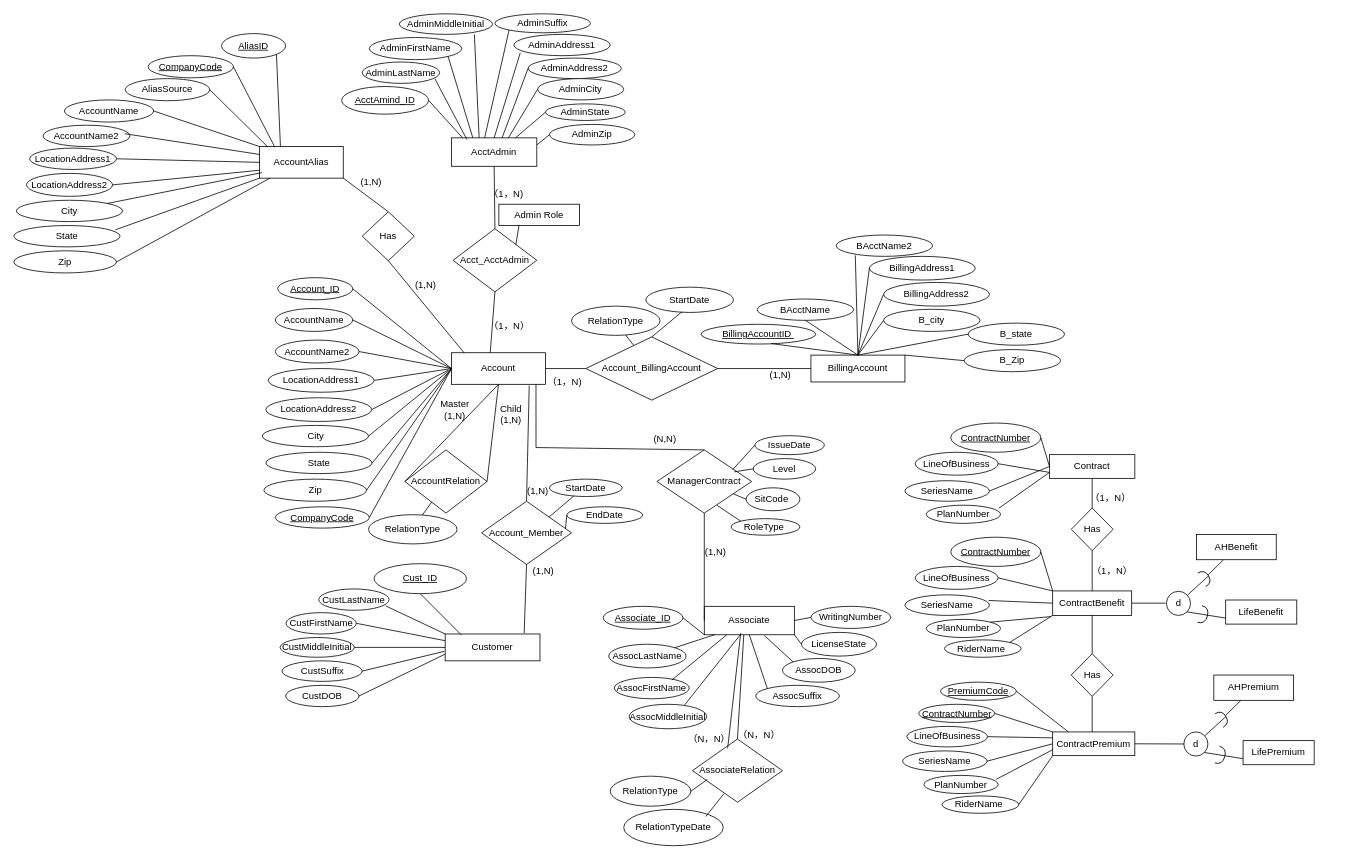
HanquanL/c_practices keeps this draw.io diagram as page "Page-1" (1 of 2) of dsm-project-p1.drawio. Above is the earlier version. Source tidied: cells renumbered, new cells numbered last; positions are measured from the earlier drawing's top-left corner, leaving out a move shared by most shapes. Both pictures are drawn from the tidied source at 79%, with x=0, y=0 at pixel (13, 13).
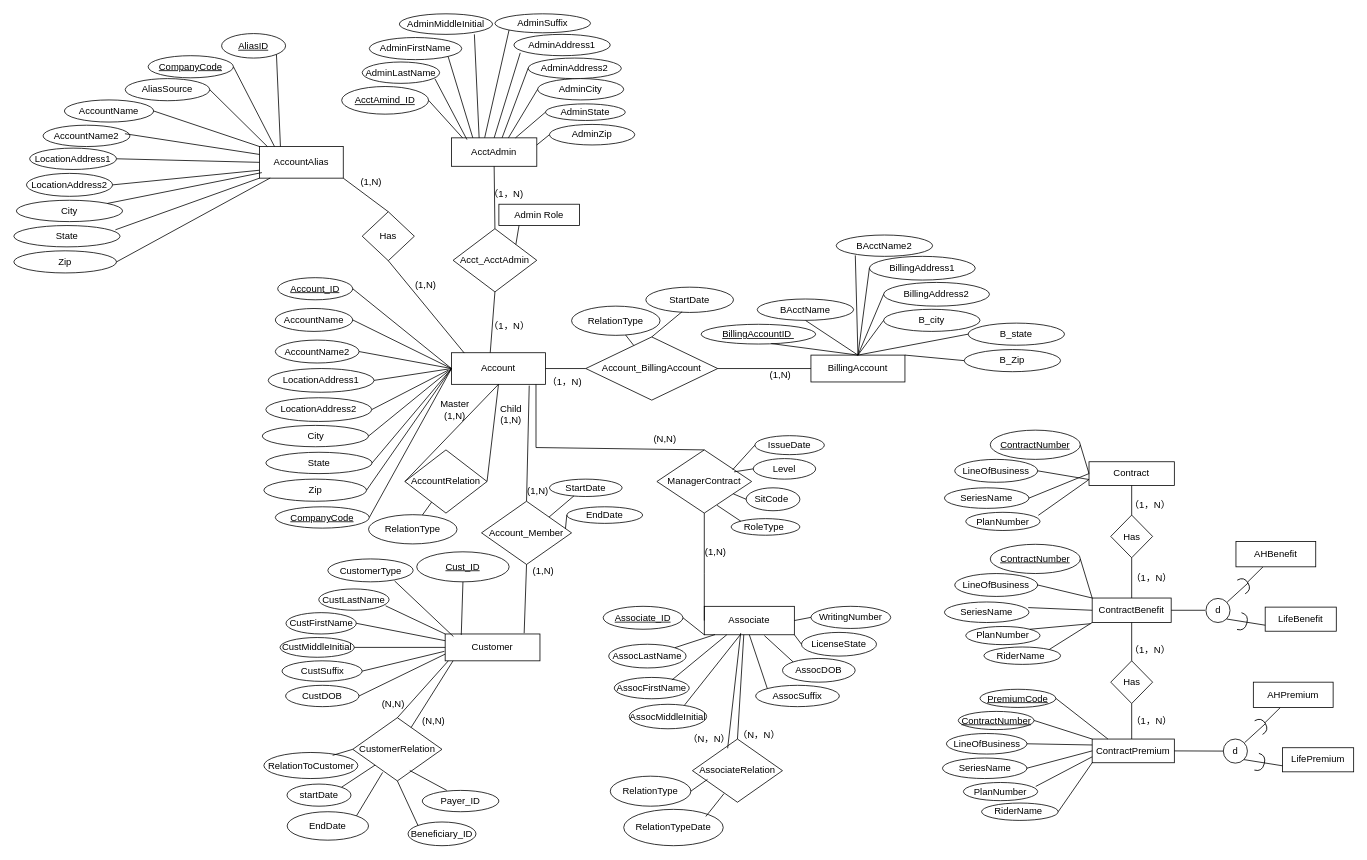
After the change.

Unchanged cells that the change refers to:
```xml
<mxCell id="82" value="Customer" style="rounded=0;whiteSpace=wrap;html=1;" parent="1" vertex="1">
  <mxGeometry x="546" y="785" width="120" height="34" as="geometry" />
</mxCell>
```

What changed in the source:
```diff
@@
     <mxCell id="83" value="&lt;u&gt;Cust_ID&lt;/u&gt;" style="ellipse;whiteSpace=wrap;html=1;" parent="1" vertex="1">
-      <mxGeometry x="456" y="696" width="117" height="38" as="geometry" />
+      <mxGeometry x="510" y="681" width="117" height="38" as="geometry" />
     </mxCell>
@@
     <mxCell id="169" value="Contract" style="rounded=0;whiteSpace=wrap;html=1;" parent="1" vertex="1">
-      <mxGeometry x="1311" y="558" width="108" height="30" as="geometry" />
+      <mxGeometry x="1361" y="567" width="108" height="30" as="geometry" />
     </mxCell>
     <mxCell id="170" value="&lt;u&gt;ContractNumber&lt;/u&gt;" style="ellipse;whiteSpace=wrap;html=1;" parent="1" vertex="1">
-      <mxGeometry x="1186" y="518" width="114" height="37" as="geometry" />
+      <mxGeometry x="1236" y="527" width="114" height="37" as="geometry" />
     </mxCell>
@@
     <mxCell id="172" value="LineOfBusiness" style="ellipse;whiteSpace=wrap;html=1;" parent="1" vertex="1">
-      <mxGeometry x="1141" y="555" width="105" height="29" as="geometry" />
+      <mxGeometry x="1191" y="564" width="105" height="29" as="geometry" />
     </mxCell>
     <mxCell id="173" value="SeriesName" style="ellipse;whiteSpace=wrap;html=1;" parent="1" vertex="1">
-      <mxGeometry x="1128" y="591" width="107" height="26" as="geometry" />
+      <mxGeometry x="1178" y="600" width="107" height="26" as="geometry" />
     </mxCell>
     <mxCell id="174" value="PlanNumber" style="ellipse;whiteSpace=wrap;html=1;" parent="1" vertex="1">
-      <mxGeometry x="1155" y="622" width="94" height="23" as="geometry" />
+      <mxGeometry x="1205" y="631" width="94" height="23" as="geometry" />
     </mxCell>
@@
     <mxCell id="178" value="Has" style="rhombus;whiteSpace=wrap;html=1;" parent="1" vertex="1">
-      <mxGeometry x="1338.5" y="625.5" width="53" height="54" as="geometry" />
+      <mxGeometry x="1388.5" y="634.5" width="53" height="54" as="geometry" />
     </mxCell>
@@
     <mxCell id="180" value="ContractBenefit" style="rounded=0;whiteSpace=wrap;html=1;" parent="1" vertex="1">
-      <mxGeometry x="1315" y="730.5" width="100" height="31" as="geometry" />
+      <mxGeometry x="1365" y="739.5" width="100" height="31" as="geometry" />
     </mxCell>
@@
     <mxCell id="182" value="RiderName&amp;nbsp;" style="ellipse;whiteSpace=wrap;html=1;" parent="1" vertex="1">
-      <mxGeometry x="1178" y="792.5" width="97" height="22" as="geometry" />
+      <mxGeometry x="1228" y="801.5" width="97" height="22" as="geometry" />
     </mxCell>
     <mxCell id="183" value="&lt;u&gt;ContractNumber&lt;/u&gt;" style="ellipse;whiteSpace=wrap;html=1;" parent="1" vertex="1">
-      <mxGeometry x="1186" y="662.5" width="114" height="37" as="geometry" />
+      <mxGeometry x="1236" y="671.5" width="114" height="37" as="geometry" />
     </mxCell>
     <mxCell id="184" value="LineOfBusiness" style="ellipse;whiteSpace=wrap;html=1;" parent="1" vertex="1">
-      <mxGeometry x="1141" y="699.5" width="105" height="29" as="geometry" />
+      <mxGeometry x="1191" y="708.5" width="105" height="29" as="geometry" />
     </mxCell>
     <mxCell id="185" value="SeriesName" style="ellipse;whiteSpace=wrap;html=1;" parent="1" vertex="1">
-      <mxGeometry x="1128" y="735.5" width="107" height="26" as="geometry" />
+      <mxGeometry x="1178" y="744.5" width="107" height="26" as="geometry" />
     </mxCell>
     <mxCell id="186" value="PlanNumber" style="ellipse;whiteSpace=wrap;html=1;" parent="1" vertex="1">
-      <mxGeometry x="1155" y="766.5" width="94" height="23" as="geometry" />
+      <mxGeometry x="1205" y="775.5" width="94" height="23" as="geometry" />
     </mxCell>
@@
     <mxCell id="190" style="endArrow=none;html=1;rounded=0;exitX=1;exitY=0;exitDx=0;exitDy=0;" parent="1" edge="1" source="186">
       <mxGeometry relative="1" as="geometry">
-        <mxPoint x="1313" y="763" as="targetPoint" />
+        <mxPoint x="1363" y="772" as="targetPoint" />
       </mxGeometry>
     </mxCell>
@@
     <mxCell id="192" value="（1，N）" style="text;html=1;align=center;verticalAlign=middle;strokeColor=none;fillColor=none;" parent="1" vertex="1">
-      <mxGeometry x="1353" y="599.5" width="69" height="26" as="geometry" />
+      <mxGeometry x="1403" y="608.5" width="69" height="26" as="geometry" />
     </mxCell>
     <mxCell id="193" value="（1，N）" style="text;html=1;align=center;verticalAlign=middle;strokeColor=none;fillColor=none;" parent="1" vertex="1">
-      <mxGeometry x="1355" y="693" width="69" height="26" as="geometry" />
+      <mxGeometry x="1405" y="702" width="69" height="26" as="geometry" />
     </mxCell>
     <mxCell id="194" style="endArrow=none;html=1;rounded=0;entryX=1;entryY=0.5;entryDx=0;entryDy=0;" parent="1" edge="1" target="180">
       <mxGeometry relative="1" as="geometry">
-        <mxPoint x="1458" y="746" as="sourcePoint" />
+        <mxPoint x="1508" y="755" as="sourcePoint" />
       </mxGeometry>
     </mxCell>
     <mxCell id="195" value="d" style="ellipse;whiteSpace=wrap;html=1;" parent="1" vertex="1">
-      <mxGeometry x="1459" y="731" width="30.5" height="30.5" as="geometry" />
+      <mxGeometry x="1509" y="740" width="30.5" height="30.5" as="geometry" />
     </mxCell>
@@
     <mxCell id="197" value="AHBenefit" style="rounded=0;whiteSpace=wrap;html=1;" parent="1" vertex="1">
-      <mxGeometry x="1497" y="659" width="101" height="32" as="geometry" />
+      <mxGeometry x="1547" y="668" width="101" height="32" as="geometry" />
     </mxCell>
     <mxCell id="198" value="LifeBenefit" style="rounded=0;whiteSpace=wrap;html=1;" parent="1" vertex="1">
-      <mxGeometry x="1534" y="742" width="90" height="30.5" as="geometry" />
+      <mxGeometry x="1584" y="751" width="90" height="30.5" as="geometry" />
     </mxCell>
@@
     <mxCell id="200" style="endArrow=none;html=1;rounded=0;entryX=1;entryY=0.5;entryDx=0;entryDy=0;entryPerimeter=0;" parent="1" edge="1" target="201">
       <mxGeometry relative="1" as="geometry">
-        <mxPoint x="1486" y="735.5" as="sourcePoint" />
+        <mxPoint x="1536" y="744.5" as="sourcePoint" />
       </mxGeometry>
     </mxCell>
     <mxCell id="201" style="shape=requiredInterface;html=1;verticalLabelPosition=bottom;sketch=0;rotation=-30;" parent="1" vertex="1">
-      <mxGeometry x="1503" y="704" width="10" height="20" as="geometry" />
+      <mxGeometry x="1553" y="713" width="10" height="20" as="geometry" />
     </mxCell>
     <mxCell id="202" style="shape=requiredInterface;html=1;verticalLabelPosition=bottom;sketch=0;rotation=15;" parent="1" vertex="1">
-      <mxGeometry x="1501" y="750" width="10" height="22" as="geometry" />
+      <mxGeometry x="1551" y="759" width="10" height="22" as="geometry" />
     </mxCell>
     <mxCell id="203" value="Has" style="rhombus;whiteSpace=wrap;html=1;" parent="1" vertex="1">
-      <mxGeometry x="1338.5" y="810" width="53" height="54" as="geometry" />
+      <mxGeometry x="1388.5" y="819" width="53" height="54" as="geometry" />
     </mxCell>
@@
     <mxCell id="206" value="ContractPremium" style="rounded=0;whiteSpace=wrap;html=1;" parent="1" vertex="1">
-      <mxGeometry x="1315" y="909" width="104" height="30" as="geometry" />
+      <mxGeometry x="1365" y="918" width="104" height="30" as="geometry" />
     </mxCell>
     <mxCell id="207" value="&lt;u&gt;PremiumCode&lt;/u&gt;" style="ellipse;whiteSpace=wrap;html=1;" parent="1" vertex="1">
-      <mxGeometry x="1173" y="846" width="96" height="23" as="geometry" />
+      <mxGeometry x="1223" y="855" width="96" height="23" as="geometry" />
     </mxCell>
     <mxCell id="208" value="&lt;u&gt;ContractNumber&lt;/u&gt;" style="ellipse;whiteSpace=wrap;html=1;" parent="1" vertex="1">
-      <mxGeometry x="1145.5" y="874" width="96" height="23" as="geometry" />
+      <mxGeometry x="1195.5" y="883" width="96" height="23" as="geometry" />
     </mxCell>
     <mxCell id="209" value="LineOfBusiness" style="ellipse;whiteSpace=wrap;html=1;" parent="1" vertex="1">
-      <mxGeometry x="1130.5" y="902" width="102" height="26" as="geometry" />
+      <mxGeometry x="1180.5" y="911" width="102" height="26" as="geometry" />
     </mxCell>
     <mxCell id="210" value="RiderName&amp;nbsp;" style="ellipse;whiteSpace=wrap;html=1;" parent="1" vertex="1">
-      <mxGeometry x="1175" y="990" width="97" height="22" as="geometry" />
+      <mxGeometry x="1225" y="999" width="97" height="22" as="geometry" />
     </mxCell>
     <mxCell id="211" value="SeriesName" style="ellipse;whiteSpace=wrap;html=1;" parent="1" vertex="1">
-      <mxGeometry x="1125" y="933" width="107" height="26" as="geometry" />
+      <mxGeometry x="1175.5" y="942" width="107" height="26" as="geometry" />
     </mxCell>
     <mxCell id="212" value="PlanNumber" style="ellipse;whiteSpace=wrap;html=1;" parent="1" vertex="1">
-      <mxGeometry x="1152" y="964" width="94" height="23" as="geometry" />
+      <mxGeometry x="1202" y="973" width="94" height="23" as="geometry" />
     </mxCell>
@@
-    <mxCell id="216" style="endArrow=none;html=1;rounded=0;entryX=1;entryY=0.5;entryDx=0;entryDy=0;exitX=0;exitY=0.5;exitDx=0;exitDy=0;" parent="1" edge="1" source="206" target="211">
-      <mxGeometry relative="1" as="geometry" />
+    <mxCell id="216" style="endArrow=none;html=1;rounded=0;entryX=1;entryY=0.5;entryDx=0;entryDy=0;exitX=0;exitY=0.5;exitDx=0;exitDy=0;" parent="1" edge="1" source="206">
+      <mxGeometry relative="1" as="geometry">
+        <mxPoint x="1282" y="955" as="targetPoint" />
+      </mxGeometry>
     </mxCell>
@@
     <mxCell id="219" value="d" style="ellipse;whiteSpace=wrap;html=1;" parent="1" vertex="1">
-      <mxGeometry x="1481" y="909" width="30.5" height="30.5" as="geometry" />
+      <mxGeometry x="1531" y="918" width="30.5" height="30.5" as="geometry" />
     </mxCell>
@@
     <mxCell id="221" value="AHPremium" style="rounded=0;whiteSpace=wrap;html=1;" parent="1" vertex="1">
-      <mxGeometry x="1519" y="837" width="101" height="32" as="geometry" />
+      <mxGeometry x="1569" y="846" width="101" height="32" as="geometry" />
     </mxCell>
     <mxCell id="222" value="LifePremium" style="rounded=0;whiteSpace=wrap;html=1;" parent="1" vertex="1">
-      <mxGeometry x="1556" y="920" width="90" height="30.5" as="geometry" />
+      <mxGeometry x="1606" y="929" width="90" height="30.5" as="geometry" />
     </mxCell>
@@
     <mxCell id="224" style="endArrow=none;html=1;rounded=0;entryX=1;entryY=0.5;entryDx=0;entryDy=0;entryPerimeter=0;" parent="1" edge="1" target="225">
       <mxGeometry relative="1" as="geometry">
-        <mxPoint x="1508" y="913.5" as="sourcePoint" />
+        <mxPoint x="1558" y="922.5" as="sourcePoint" />
       </mxGeometry>
     </mxCell>
     <mxCell id="225" style="shape=requiredInterface;html=1;verticalLabelPosition=bottom;sketch=0;rotation=-30;" parent="1" vertex="1">
-      <mxGeometry x="1525" y="882" width="10" height="20" as="geometry" />
+      <mxGeometry x="1575" y="891" width="10" height="20" as="geometry" />
     </mxCell>
     <mxCell id="226" style="shape=requiredInterface;html=1;verticalLabelPosition=bottom;sketch=0;rotation=15;" parent="1" vertex="1">
-      <mxGeometry x="1523" y="928" width="10" height="22" as="geometry" />
+      <mxGeometry x="1573" y="937" width="10" height="22" as="geometry" />
     </mxCell>
@@
+    <mxCell id="228" value="（1，N）" style="text;html=1;align=center;verticalAlign=middle;strokeColor=none;fillColor=none;" parent="1" vertex="1">
+      <mxGeometry x="1403" y="792" width="69" height="26" as="geometry" />
+    </mxCell>
+    <mxCell id="229" value="（1，N）" style="text;html=1;align=center;verticalAlign=middle;strokeColor=none;fillColor=none;" parent="1" vertex="1">
+      <mxGeometry x="1405" y="883" width="69" height="26" as="geometry" />
+    </mxCell>
+    <mxCell id="230" value="CustomerRelation" style="rhombus;whiteSpace=wrap;html=1;" parent="1" vertex="1">
+      <mxGeometry x="429" y="891" width="113" height="80" as="geometry" />
+    </mxCell>
+    <mxCell id="231" value="RelationToCustomer" style="ellipse;whiteSpace=wrap;html=1;" parent="1" vertex="1">
+      <mxGeometry x="316.5" y="935" width="119" height="33" as="geometry" />
+    </mxCell>
+    <mxCell id="232" value="startDate" style="ellipse;whiteSpace=wrap;html=1;" parent="1" vertex="1">
+      <mxGeometry x="345.8" y="975" width="81" height="28" as="geometry" />
+    </mxCell>
+    <mxCell id="233" value="EndDate" style="ellipse;whiteSpace=wrap;html=1;" parent="1" vertex="1">
+      <mxGeometry x="346" y="1010" width="103" height="36" as="geometry" />
+    </mxCell>
+    <mxCell id="234" style="endArrow=none;html=1;rounded=0;exitX=0.732;exitY=0.109;exitDx=0;exitDy=0;exitPerimeter=0;entryX=0;entryY=0.5;entryDx=0;entryDy=0;" parent="1" edge="1" source="231" target="230">
+      <mxGeometry relative="1" as="geometry" />
+    </mxCell>
+    <mxCell id="235" style="endArrow=none;html=1;rounded=0;exitX=1;exitY=0;exitDx=0;exitDy=0;entryX=0;entryY=1;entryDx=0;entryDy=0;" parent="1" edge="1" source="232" target="230">
+      <mxGeometry relative="1" as="geometry" />
+    </mxCell>
+    <mxCell id="236" style="endArrow=none;html=1;rounded=0;exitX=1;exitY=0;exitDx=0;exitDy=0;entryX=0.335;entryY=0.865;entryDx=0;entryDy=0;entryPerimeter=0;" parent="1" edge="1" source="233" target="230">
+      <mxGeometry relative="1" as="geometry" />
+    </mxCell>
+    <mxCell id="237" style="endArrow=none;html=1;rounded=0;exitX=0.5;exitY=0;exitDx=0;exitDy=0;" parent="1" edge="1" source="230">
+      <mxGeometry relative="1" as="geometry">
+        <mxPoint x="550" y="819" as="targetPoint" />
+      </mxGeometry>
+    </mxCell>
+    <mxCell id="238" style="endArrow=none;html=1;rounded=0;entryX=0.083;entryY=1;entryDx=0;entryDy=0;entryPerimeter=0;" parent="1" edge="1" source="230" target="82">
+      <mxGeometry relative="1" as="geometry" />
+    </mxCell>
+    <mxCell id="239" value="(N,N)" style="text;html=1;align=center;verticalAlign=middle;strokeColor=none;fillColor=none;" parent="1" vertex="1">
+      <mxGeometry x="456" y="861" width="47" height="26" as="geometry" />
+    </mxCell>
+    <mxCell id="240" value="(N,N)" style="text;html=1;align=center;verticalAlign=middle;strokeColor=none;fillColor=none;" parent="1" vertex="1">
+      <mxGeometry x="507" y="883" width="47" height="26" as="geometry" />
+    </mxCell>
+    <mxCell id="241" value="CustomerType" style="ellipse;whiteSpace=wrap;html=1;" parent="1" vertex="1">
+      <mxGeometry x="397.5" y="690" width="108" height="29" as="geometry" />
+    </mxCell>
+    <mxCell id="242" style="endArrow=none;html=1;rounded=0;entryX=0.782;entryY=0.959;entryDx=0;entryDy=0;entryPerimeter=0;exitX=0.087;exitY=0.094;exitDx=0;exitDy=0;exitPerimeter=0;" parent="1" edge="1" source="82" target="241">
+      <mxGeometry relative="1" as="geometry" />
+    </mxCell>
+    <mxCell id="243" value="Payer_ID" style="ellipse;whiteSpace=wrap;html=1;" parent="1" vertex="1">
+      <mxGeometry x="517" y="983" width="97" height="27" as="geometry" />
+    </mxCell>
+    <mxCell id="244" style="endArrow=none;html=1;rounded=0;exitX=0.32;exitY=0;exitDx=0;exitDy=0;exitPerimeter=0;entryX=0.639;entryY=0.835;entryDx=0;entryDy=0;entryPerimeter=0;" parent="1" edge="1" source="243" target="230">
+      <mxGeometry relative="1" as="geometry" />
+    </mxCell>
+    <mxCell id="245" value="Beneficiary_ID" style="ellipse;whiteSpace=wrap;html=1;" parent="1" vertex="1">
+      <mxGeometry x="499" y="1023" width="86" height="30" as="geometry" />
+    </mxCell>
+    <mxCell id="246" style="endArrow=none;html=1;rounded=0;exitX=0;exitY=0;exitDx=0;exitDy=0;entryX=0.5;entryY=1;entryDx=0;entryDy=0;" parent="1" edge="1" source="245" target="230">
+      <mxGeometry relative="1" as="geometry" />
+    </mxCell>
```
